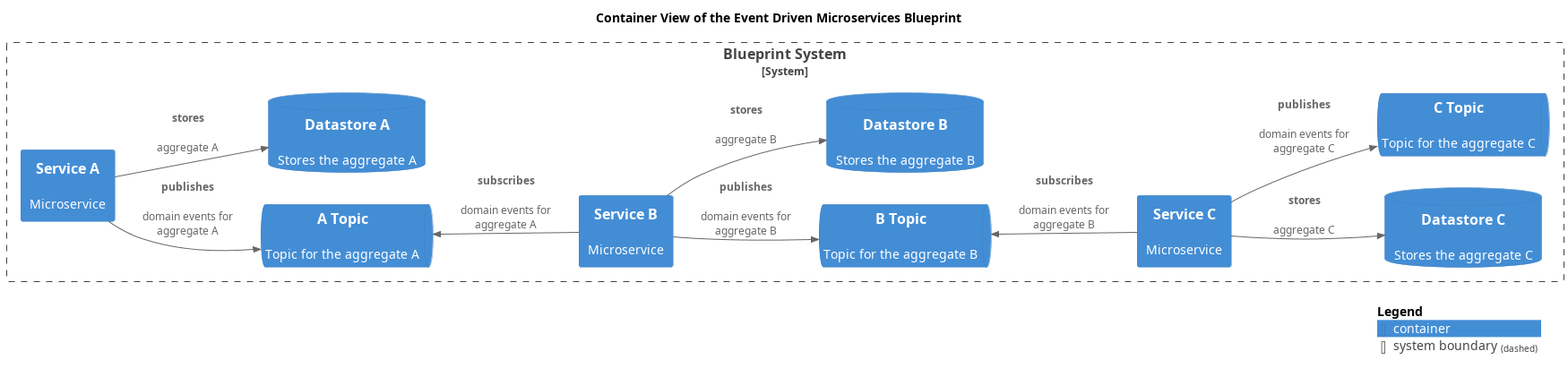
Earlier version of the PlantUML export docs/software-development/architecture/blueprint/microservices/event-driven/container-view.png (lsolbach/overarch-models). Source of this version:
```plantuml
@startuml container-view
!include <C4/C4_Container.puml>


LAYOUT_LEFT_RIGHT()




title Container View of the Event Driven Microservices Blueprint
System_Boundary(softwareDevelopment_architecture_blueprint_microservices_eventDriven_system, "Blueprint System") {
  ContainerDb(softwareDevelopment_architecture_blueprint_microservices_eventDriven_datastoreC, "Datastore C", $descr="Stores the aggregate C")
  ContainerDb(softwareDevelopment_architecture_blueprint_microservices_eventDriven_datastoreA, "Datastore A", $descr="Stores the aggregate A")
  Container(softwareDevelopment_architecture_blueprint_microservices_eventDriven_serviceC, "Service C", $descr="Microservice")
  ContainerDb(softwareDevelopment_architecture_blueprint_microservices_eventDriven_datastoreB, "Datastore B", $descr="Stores the aggregate B")
  ContainerQueue(softwareDevelopment_architecture_blueprint_microservices_eventDriven_topicA, "A Topic", $descr="Topic for the aggregate A")
  Container(softwareDevelopment_architecture_blueprint_microservices_eventDriven_serviceB, "Service B", $descr="Microservice")
  ContainerQueue(softwareDevelopment_architecture_blueprint_microservices_eventDriven_topicB, "B Topic", $descr="Topic for the aggregate B")
  Container(softwareDevelopment_architecture_blueprint_microservices_eventDriven_serviceA, "Service A", $descr="Microservice")
  ContainerQueue(softwareDevelopment_architecture_blueprint_microservices_eventDriven_topicC, "C Topic", $descr="Topic for the aggregate C")
}
Rel(softwareDevelopment_architecture_blueprint_microservices_eventDriven_serviceA, softwareDevelopment_architecture_blueprint_microservices_eventDriven_datastoreA, "stores", $descr="aggregate A")
Rel_D(softwareDevelopment_architecture_blueprint_microservices_eventDriven_serviceB, softwareDevelopment_architecture_blueprint_microservices_eventDriven_topicB, "publishes", $descr="domain events for aggregate B")
Rel(softwareDevelopment_architecture_blueprint_microservices_eventDriven_serviceC, softwareDevelopment_architecture_blueprint_microservices_eventDriven_datastoreC, "stores", $descr="aggregate C")
Rel_U(softwareDevelopment_architecture_blueprint_microservices_eventDriven_serviceC, softwareDevelopment_architecture_blueprint_microservices_eventDriven_topicB, "subscribes", $descr="domain events for aggregate B")
Rel_D(softwareDevelopment_architecture_blueprint_microservices_eventDriven_serviceA, softwareDevelopment_architecture_blueprint_microservices_eventDriven_topicA, "publishes", $descr="domain events for aggregate A")
Rel_U(softwareDevelopment_architecture_blueprint_microservices_eventDriven_serviceB, softwareDevelopment_architecture_blueprint_microservices_eventDriven_topicA, "subscribes", $descr="domain events for aggregate A")
Rel(softwareDevelopment_architecture_blueprint_microservices_eventDriven_serviceB, softwareDevelopment_architecture_blueprint_microservices_eventDriven_datastoreB, "stores", $descr="aggregate B")
Rel_D(softwareDevelopment_architecture_blueprint_microservices_eventDriven_serviceC, softwareDevelopment_architecture_blueprint_microservices_eventDriven_topicC, "publishes", $descr="domain events for aggregate C")
SHOW_LEGEND()
@enduml
```
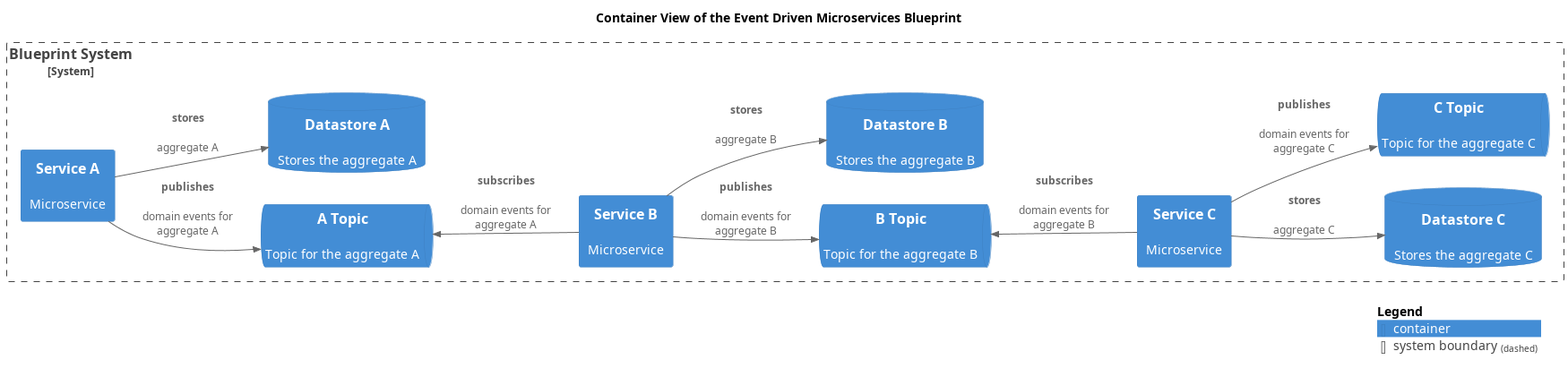
Later version of the same file.

Change to the diagram source:
```diff
@@ -1,5 +1,10 @@
 @startuml container-view
 !include <C4/C4_Container.puml>
+!include <awslib14/AWSCommon>
+!include <awslib14/AWSC4Integration>
+!include <azure/AzureCommon>
+!include <azure/AzureC4Integration>
+!include <tupadr3/common>
 
 
 LAYOUT_LEFT_RIGHT()
```
